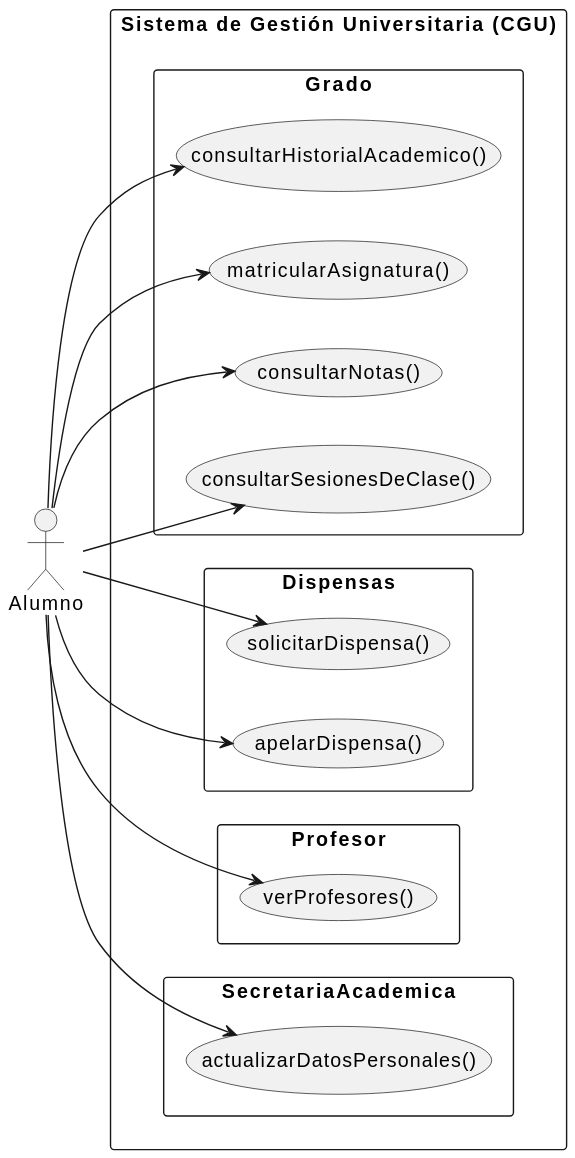
Above: documents/CasosDeUso/Alumno/DdCdU.svg in enmabry/25-26-IdSw1-SdR (PlantUML), before the change. Source of this version:
```plantuml
@startuml
left to right direction
skinparam packageStyle rectangle

actor Alumno

rectangle "Sistema de Gestión Universitaria (CGU)" {

    package "Grado" {
        usecase "consultarHistorialAcademico()" as ConsultarHistorial
        usecase "matricularAsignatura()" as MatricularAsignatura
        usecase "consultarNotas()" as ConsultarNotas
        usecase "consultarSesionesDeClase()" as ConsultarSesiones
    }

    package "Dispensas" {
        usecase "solicitarDispensa()" as SolicitarDispensa
        usecase "apelarDispensa()" as ApelarDispensa
    }

    package "Profesor" {
        usecase "verProfesores()" as VerProfesores
    }

    package "SecretariaAcademica" {
        usecase "actualizarDatosPersonales()" as ActualizarDatos
    }

}

Alumno --> SolicitarDispensa
Alumno --> ApelarDispensa
Alumno --> ConsultarHistorial
Alumno --> MatricularAsignatura
Alumno --> ConsultarNotas
Alumno --> ConsultarSesiones
Alumno --> VerProfesores
Alumno --> ActualizarDatos
@enduml
```
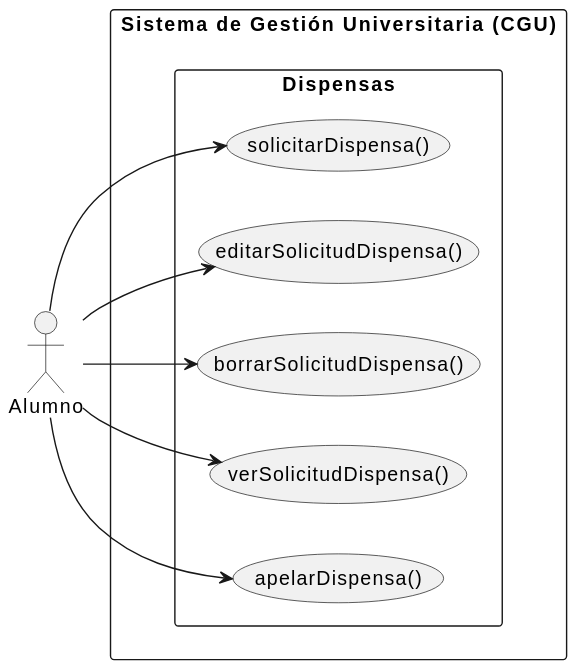
Later version of the same file.

Commit message:
Refactorizacion del Diagrama de Casos de Uso para Alumno

Change to the diagram source:
```diff
@@ -6,34 +6,19 @@
 
 rectangle "Sistema de Gestión Universitaria (CGU)" {
 
-    package "Grado" {
-        usecase "consultarHistorialAcademico()" as ConsultarHistorial
-        usecase "matricularAsignatura()" as MatricularAsignatura
-        usecase "consultarNotas()" as ConsultarNotas
-        usecase "consultarSesionesDeClase()" as ConsultarSesiones
-    }
-
     package "Dispensas" {
         usecase "solicitarDispensa()" as SolicitarDispensa
+        usecase "editarSolicitudDispensa()" as EditarSolicitudDispensa
+        usecase "borrarSolicitudDispensa()" as BorrarSolicitudDispensa
+        usecase "verSolicitudDispensa()" as VerSolicitudDispensa
         usecase "apelarDispensa()" as ApelarDispensa
-    }
-
-    package "Profesor" {
-        usecase "verProfesores()" as VerProfesores
-    }
-
-    package "SecretariaAcademica" {
-        usecase "actualizarDatosPersonales()" as ActualizarDatos
     }
 
 }
 
 Alumno --> SolicitarDispensa
+Alumno --> EditarSolicitudDispensa
+Alumno --> BorrarSolicitudDispensa
+Alumno --> VerSolicitudDispensa
 Alumno --> ApelarDispensa
-Alumno --> ConsultarHistorial
-Alumno --> MatricularAsignatura
-Alumno --> ConsultarNotas
-Alumno --> ConsultarSesiones
-Alumno --> VerProfesores
-Alumno --> ActualizarDatos
 @enduml
```
